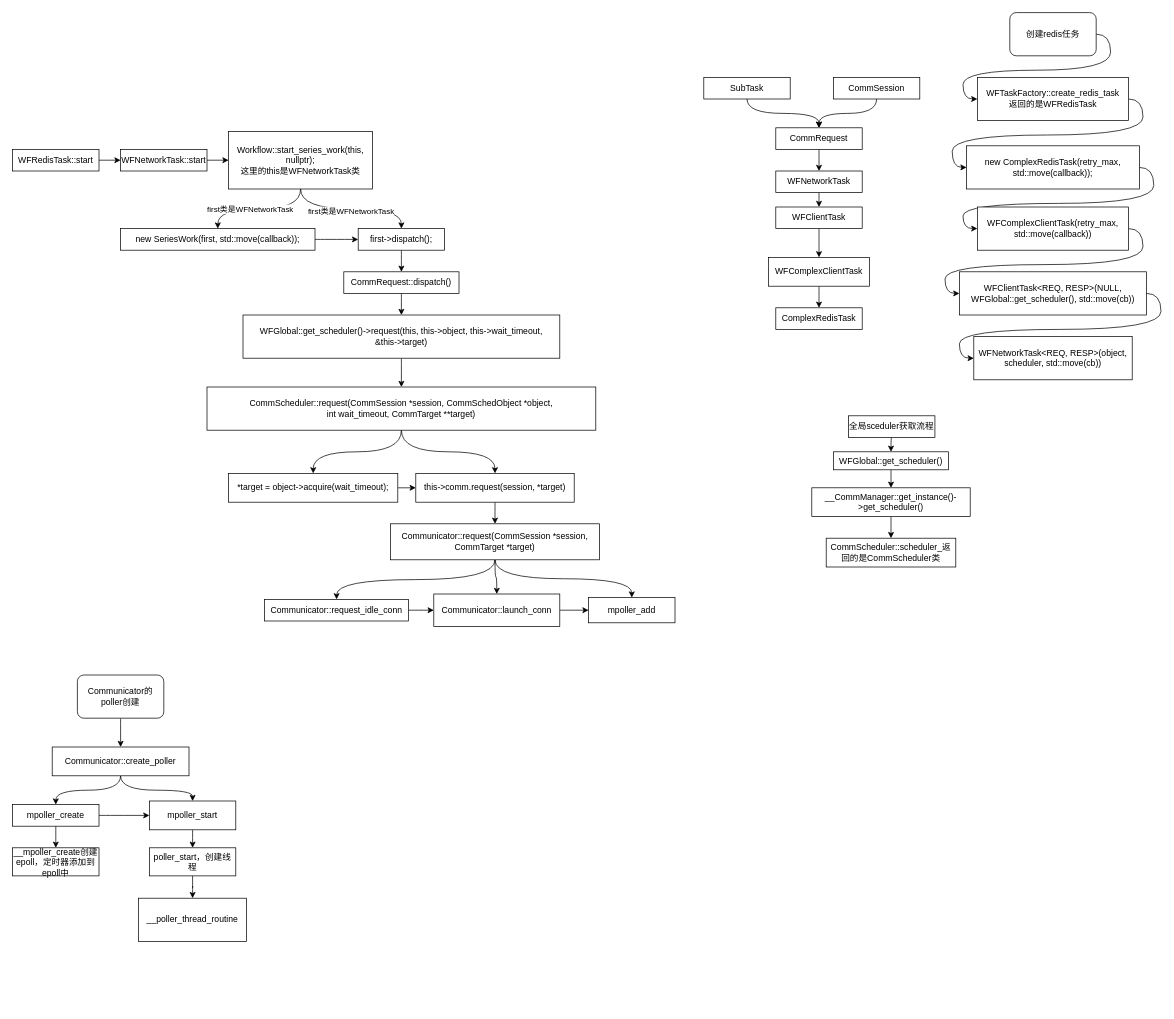
beijingqiuchang/drawio keeps this draw.io diagram as workflow.drawio. Above is the earlier version. Source tidied: cells renumbered, new cells numbered last; positions are measured from the earlier drawing's top-left corner, leaving out a move shared by most shapes. Both pictures are drawn from the tidied source at 72%, with x=0, y=0 at pixel (12, 12).
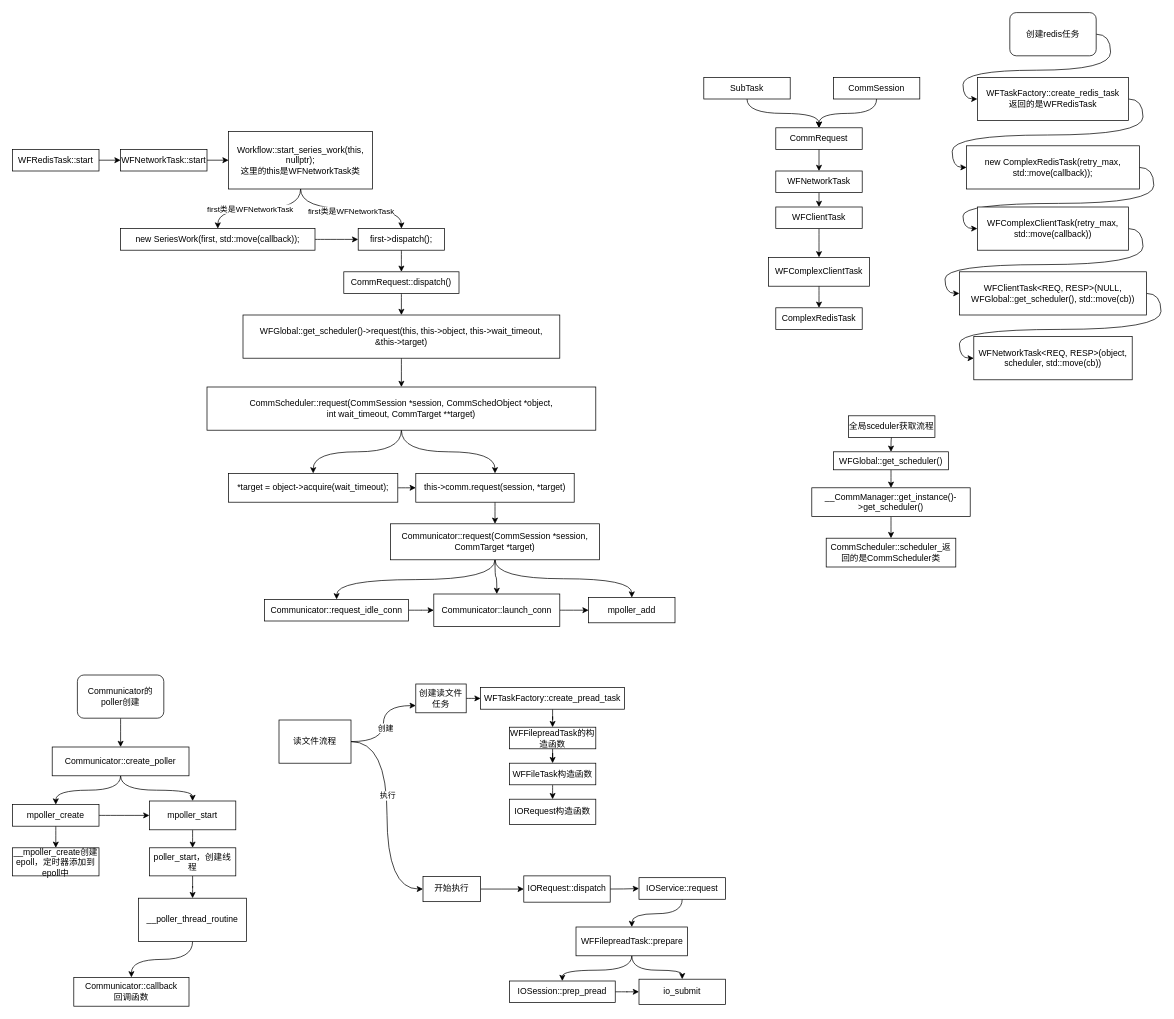
The same page after the edit.

The change refers to these unchanged cells:
```xml
<mxCell id="79" value="__poller_thread_routine" style="rounded=0;whiteSpace=wrap;html=1;" parent="1" vertex="1">
  <mxGeometry x="175" y="1230" width="150" height="60" as="geometry" />
</mxCell>
```

Diff of the diagram source:
```diff
@@
+    <mxCell id="80" style="edgeStyle=orthogonalEdgeStyle;rounded=0;jettySize=auto;html=1;exitX=0.5;exitY=1;exitDx=0;exitDy=0;entryX=0.5;entryY=0;entryDx=0;entryDy=0;curved=1;" parent="1" edge="1" source="79" target="81">
+      <mxGeometry relative="1" as="geometry" />
+    </mxCell>
@@
+    <mxCell id="81" value="Communicator::callback&lt;br&gt;回调函数" style="rounded=0;whiteSpace=wrap;html=1;" parent="1" vertex="1">
+      <mxGeometry x="85" y="1340" width="160" height="40" as="geometry" />
+    </mxCell>
+    <mxCell id="82" style="edgeStyle=orthogonalEdgeStyle;curved=1;rounded=0;jettySize=auto;html=1;exitX=1;exitY=0.5;exitDx=0;exitDy=0;entryX=0;entryY=0.5;entryDx=0;entryDy=0;" parent="1" edge="1" source="83" target="85">
+      <mxGeometry relative="1" as="geometry" />
+    </mxCell>
+    <mxCell id="83" value="创建读文件任务" style="rounded=0;whiteSpace=wrap;html=1;" parent="1" vertex="1">
+      <mxGeometry x="560" y="932.5" width="70" height="40" as="geometry" />
+    </mxCell>
+    <mxCell id="84" style="edgeStyle=orthogonalEdgeStyle;curved=1;rounded=0;jettySize=auto;html=1;exitX=0.5;exitY=1;exitDx=0;exitDy=0;" parent="1" edge="1" source="85" target="87">
+      <mxGeometry relative="1" as="geometry" />
+    </mxCell>
+    <mxCell id="85" value="WFTaskFactory::create_pread_task" style="rounded=0;whiteSpace=wrap;html=1;" parent="1" vertex="1">
+      <mxGeometry x="650" y="937.5" width="200" height="30" as="geometry" />
+    </mxCell>
+    <mxCell id="86" style="edgeStyle=orthogonalEdgeStyle;curved=1;rounded=0;jettySize=auto;html=1;exitX=0.5;exitY=1;exitDx=0;exitDy=0;" parent="1" edge="1" source="87" target="89">
+      <mxGeometry relative="1" as="geometry" />
+    </mxCell>
+    <mxCell id="87" value="WFFilepreadTask的构造函数" style="rounded=0;whiteSpace=wrap;html=1;" parent="1" vertex="1">
+      <mxGeometry x="690" y="992.5" width="120" height="30" as="geometry" />
+    </mxCell>
+    <mxCell id="88" style="edgeStyle=orthogonalEdgeStyle;curved=1;rounded=0;jettySize=auto;html=1;exitX=0.5;exitY=1;exitDx=0;exitDy=0;entryX=0.5;entryY=0;entryDx=0;entryDy=0;" parent="1" edge="1" source="89" target="90">
+      <mxGeometry relative="1" as="geometry" />
+    </mxCell>
+    <mxCell id="89" value="WFFileTask构造函数" style="rounded=0;whiteSpace=wrap;html=1;" parent="1" vertex="1">
+      <mxGeometry x="690" y="1042.5" width="120" height="30" as="geometry" />
+    </mxCell>
+    <mxCell id="90" value="IORequest构造函数" style="rounded=0;whiteSpace=wrap;html=1;" parent="1" vertex="1">
+      <mxGeometry x="690" y="1092.5" width="120" height="35" as="geometry" />
+    </mxCell>
+    <mxCell id="91" style="edgeStyle=orthogonalEdgeStyle;curved=1;rounded=0;jettySize=auto;html=1;exitX=1;exitY=0.5;exitDx=0;exitDy=0;entryX=0;entryY=0.75;entryDx=0;entryDy=0;" parent="1" edge="1" source="95" target="83">
+      <mxGeometry relative="1" as="geometry" />
+    </mxCell>
+    <mxCell id="92" value="创建" style="edgeLabel;html=1;align=center;verticalAlign=middle;" parent="91" vertex="1">
+      <mxGeometry x="-0.08" y="-2" relative="1" as="geometry" />
+    </mxCell>
+    <mxCell id="93" style="edgeStyle=orthogonalEdgeStyle;curved=1;rounded=0;jettySize=auto;html=1;exitX=1;exitY=0.5;exitDx=0;exitDy=0;entryX=0;entryY=0.5;entryDx=0;entryDy=0;" parent="1" edge="1" source="95" target="97">
+      <mxGeometry relative="1" as="geometry" />
+    </mxCell>
+    <mxCell id="94" value="执行" style="edgeLabel;html=1;align=center;verticalAlign=middle;" parent="93" vertex="1">
+      <mxGeometry x="-0.18" relative="1" as="geometry" />
+    </mxCell>
+    <mxCell id="95" value="读文件流程" style="rounded=0;whiteSpace=wrap;html=1;" parent="1" vertex="1">
+      <mxGeometry x="370" y="982.5" width="100" height="60" as="geometry" />
+    </mxCell>
+    <mxCell id="96" style="edgeStyle=orthogonalEdgeStyle;curved=1;rounded=0;jettySize=auto;html=1;exitX=1;exitY=0.5;exitDx=0;exitDy=0;" parent="1" edge="1" source="97" target="99">
+      <mxGeometry relative="1" as="geometry" />
+    </mxCell>
+    <mxCell id="97" value="开始执行" style="rounded=0;whiteSpace=wrap;html=1;" parent="1" vertex="1">
+      <mxGeometry x="570" y="1199.8" width="80" height="35" as="geometry" />
+    </mxCell>
+    <mxCell id="98" style="edgeStyle=orthogonalEdgeStyle;curved=1;rounded=0;jettySize=auto;html=1;exitX=1;exitY=0.5;exitDx=0;exitDy=0;entryX=0;entryY=0.5;entryDx=0;entryDy=0;" parent="1" edge="1" source="99" target="101">
+      <mxGeometry relative="1" as="geometry" />
+    </mxCell>
+    <mxCell id="99" value="IORequest::dispatch" style="rounded=0;whiteSpace=wrap;html=1;" parent="1" vertex="1">
+      <mxGeometry x="710" y="1199" width="120" height="36.5" as="geometry" />
+    </mxCell>
+    <mxCell id="100" style="edgeStyle=orthogonalEdgeStyle;curved=1;rounded=0;jettySize=auto;html=1;exitX=0.5;exitY=1;exitDx=0;exitDy=0;entryX=0.5;entryY=0;entryDx=0;entryDy=0;" parent="1" edge="1" source="101" target="104">
+      <mxGeometry relative="1" as="geometry" />
+    </mxCell>
+    <mxCell id="101" value="IOService::request" style="rounded=0;whiteSpace=wrap;html=1;" parent="1" vertex="1">
+      <mxGeometry x="870" y="1201.5" width="120" height="30" as="geometry" />
+    </mxCell>
+    <mxCell id="102" style="edgeStyle=orthogonalEdgeStyle;curved=1;rounded=0;jettySize=auto;html=1;exitX=0.5;exitY=1;exitDx=0;exitDy=0;entryX=0.5;entryY=0;entryDx=0;entryDy=0;" parent="1" edge="1" source="104" target="106">
+      <mxGeometry relative="1" as="geometry" />
+    </mxCell>
+    <mxCell id="103" style="edgeStyle=orthogonalEdgeStyle;curved=1;rounded=0;jettySize=auto;html=1;exitX=0.5;exitY=1;exitDx=0;exitDy=0;" parent="1" edge="1" source="104" target="107">
+      <mxGeometry relative="1" as="geometry" />
+    </mxCell>
+    <mxCell id="104" value="WFFilepreadTask::prepare" style="rounded=0;whiteSpace=wrap;html=1;" parent="1" vertex="1">
+      <mxGeometry x="782.5" y="1270" width="155" height="40" as="geometry" />
+    </mxCell>
+    <mxCell id="105" style="edgeStyle=orthogonalEdgeStyle;curved=1;rounded=0;jettySize=auto;html=1;exitX=1;exitY=0.5;exitDx=0;exitDy=0;" parent="1" edge="1" source="106" target="107">
+      <mxGeometry relative="1" as="geometry" />
+    </mxCell>
+    <mxCell id="106" value="IOSession::prep_pread" style="rounded=0;whiteSpace=wrap;html=1;" parent="1" vertex="1">
+      <mxGeometry x="690" y="1345" width="147" height="30" as="geometry" />
+    </mxCell>
+    <mxCell id="107" value="io_submit" style="rounded=0;whiteSpace=wrap;html=1;" parent="1" vertex="1">
+      <mxGeometry x="870" y="1342.5" width="120" height="35" as="geometry" />
+    </mxCell>
```
